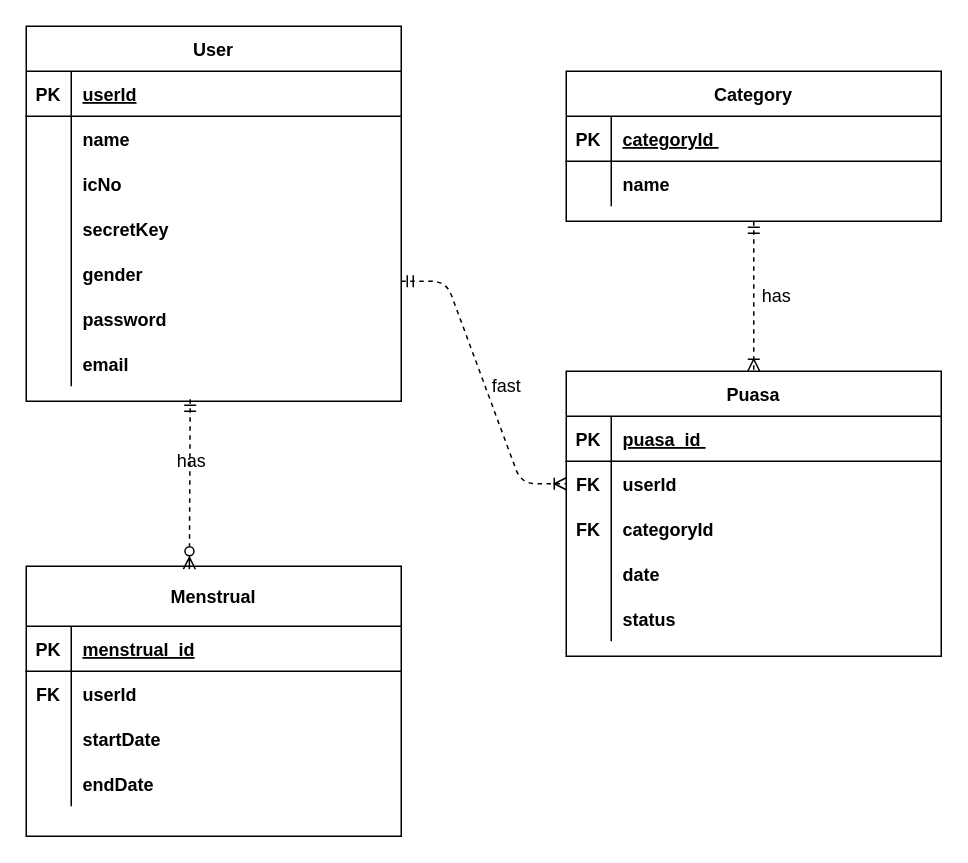
This is Puasa Recording Diagram.drawio from nurezzajeslin/Week2ClassDiagram, a draw.io file, before an edit. Source tidied: cells renumbered, new cells numbered last; positions are measured from the earlier drawing's top-left corner, leaving out a move shared by most shapes. Both pictures are drawn from the tidied source at 150%, with x=0, y=0 at pixel (26, 26).
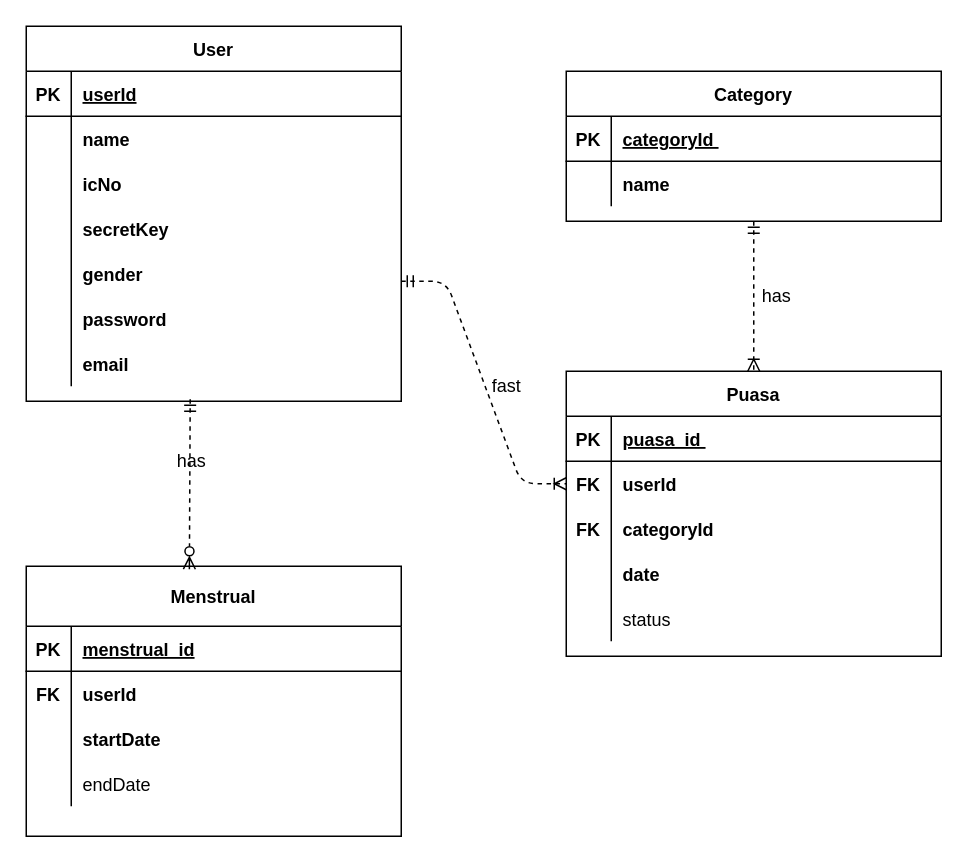
After the change.

Unchanged cells that the change refers to:
```xml
<mxCell id="22" style="shape=tableRow;horizontal=0;startSize=0;swimlaneHead=0;swimlaneBody=0;fillColor=none;top=0;left=0;right=0;bottom=0;" parent="9" vertex="1">
  <mxGeometry y="150" width="250" height="30" as="geometry" />
</mxCell>
<mxCell id="57" style="shape=tableRow;horizontal=0;startSize=0;swimlaneHead=0;swimlaneBody=0;fillColor=none;top=0;left=0;right=0;bottom=0;" parent="47" vertex="1">
  <mxGeometry y="130" width="250" height="30" as="geometry" />
</mxCell>
```

What changed in the source:
```diff
@@
-    <mxCell id="24" value="status" style="shape=partialRectangle;fillColor=none;top=0;left=0;bottom=0;right=0;align=left;spacingLeft=6;overflow=hidden;fontStyle=1;" parent="22" vertex="1">
+    <mxCell id="24" value="status" style="shape=partialRectangle;fillColor=none;top=0;left=0;bottom=0;right=0;align=left;spacingLeft=6;overflow=hidden;fontStyle=0;" parent="22" vertex="1">
       <mxGeometry x="30" width="220" height="30" as="geometry" />
     </mxCell>
@@
-    <mxCell id="59" value="endDate" style="shape=partialRectangle;fillColor=none;top=0;left=0;bottom=0;right=0;align=left;spacingLeft=6;overflow=hidden;fontStyle=1;" parent="57" vertex="1">
+    <mxCell id="59" value="endDate" style="shape=partialRectangle;fillColor=none;top=0;left=0;bottom=0;right=0;align=left;spacingLeft=6;overflow=hidden;fontStyle=0;" parent="57" vertex="1">
       <mxGeometry x="30" width="220" height="30" as="geometry" />
     </mxCell>
```
